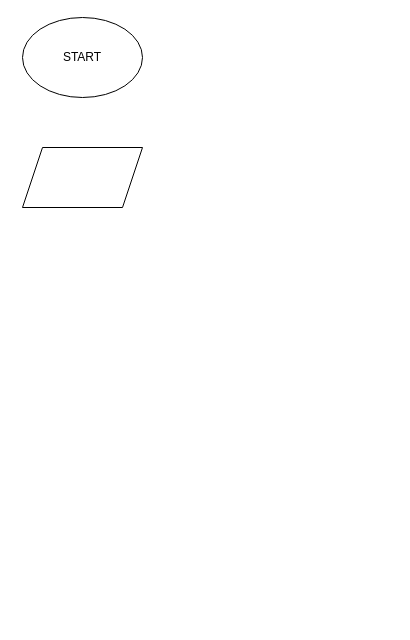
This is algo.drawio from Dmi-Sulimov/FinalWORK, a draw.io file, before an edit. Source tidied: cells renumbered, new cells numbered last; positions are measured from the earlier drawing's top-left corner, leaving out a move shared by most shapes. Both pictures are drawn from the tidied source at 100%, with x=0, y=0 at pixel (22, 17).
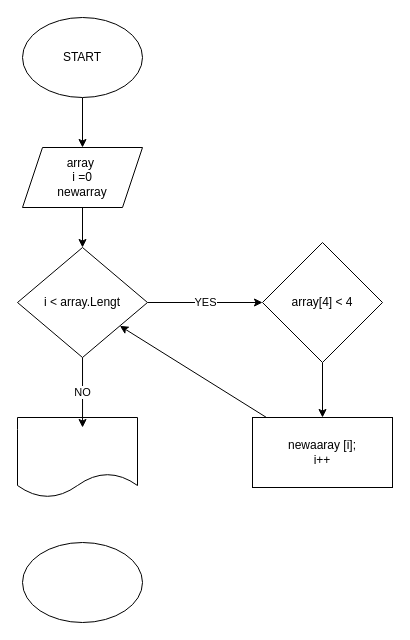
After the change.

What changed in the source:
```diff
@@
 <mxGraphModel>
   <root>
     <mxCell id="0" />
     <mxCell id="1" parent="0" />
+    <mxCell id="4" style="edgeStyle=none;html=1;entryX=0.5;entryY=0;entryDx=0;entryDy=0;" parent="1" edge="1" source="2" target="3">
+      <mxGeometry relative="1" as="geometry" />
+    </mxCell>
     <mxCell id="2" value="START" style="ellipse;whiteSpace=wrap;html=1;" parent="1" vertex="1">
       <mxGeometry width="120" height="80" as="geometry" />
     </mxCell>
+    <mxCell id="5" style="edgeStyle=none;html=1;entryX=0.5;entryY=0;entryDx=0;entryDy=0;" parent="1" edge="1" source="3" target="12">
+      <mxGeometry relative="1" as="geometry" />
+    </mxCell>
-    <mxCell id="3" style="shape=parallelogram;perimeter=parallelogramPerimeter;whiteSpace=wrap;html=1;fixedSize=1;" parent="1" vertex="1">
+    <mxCell id="3" value="array&amp;nbsp;&lt;br&gt;i =0&lt;br&gt;newarray" style="shape=parallelogram;perimeter=parallelogramPerimeter;whiteSpace=wrap;html=1;fixedSize=1;" parent="1" vertex="1">
       <mxGeometry y="130" width="120" height="60" as="geometry" />
     </mxCell>
+    <mxCell id="6" style="edgeStyle=none;html=1;entryX=0.5;entryY=0;entryDx=0;entryDy=0;" parent="1" edge="1" source="7" target="14">
+      <mxGeometry relative="1" as="geometry" />
+    </mxCell>
+    <mxCell id="7" value="array[4] &amp;lt; 4" style="rhombus;whiteSpace=wrap;html=1;" parent="1" vertex="1">
+      <mxGeometry x="240" y="225" width="120" height="120" as="geometry" />
+    </mxCell>
+    <mxCell id="8" style="shape=document;whiteSpace=wrap;html=1;boundedLbl=1;" parent="1" vertex="1">
+      <mxGeometry x="-5" y="400" width="120" height="80" as="geometry" />
+    </mxCell>
+    <mxCell id="9" style="ellipse;whiteSpace=wrap;html=1;" parent="1" vertex="1">
+      <mxGeometry y="525" width="120" height="80" as="geometry" />
+    </mxCell>
+    <mxCell id="10" value="YES" style="edgeStyle=none;html=1;entryX=0;entryY=0.5;entryDx=0;entryDy=0;" parent="1" edge="1" source="12" target="7">
+      <mxGeometry relative="1" as="geometry" />
+    </mxCell>
+    <mxCell id="11" value="NO" style="edgeStyle=none;html=1;entryX=0.542;entryY=0.125;entryDx=0;entryDy=0;entryPerimeter=0;" parent="1" edge="1" source="12" target="8">
+      <mxGeometry relative="1" as="geometry" />
+    </mxCell>
+    <mxCell id="12" value="i &amp;lt; array.Lengt" style="rhombus;whiteSpace=wrap;html=1;" parent="1" vertex="1">
+      <mxGeometry x="-5" y="230" width="130" height="110" as="geometry" />
+    </mxCell>
+    <mxCell id="13" style="edgeStyle=none;html=1;" parent="1" edge="1" source="14" target="12">
+      <mxGeometry relative="1" as="geometry" />
+    </mxCell>
+    <mxCell id="14" value="newaaray [i];&lt;br&gt;i++" style="rounded=0;whiteSpace=wrap;html=1;" parent="1" vertex="1">
+      <mxGeometry x="230" y="400" width="140" height="70" as="geometry" />
+    </mxCell>
   </root>
 </mxGraphModel>
```
